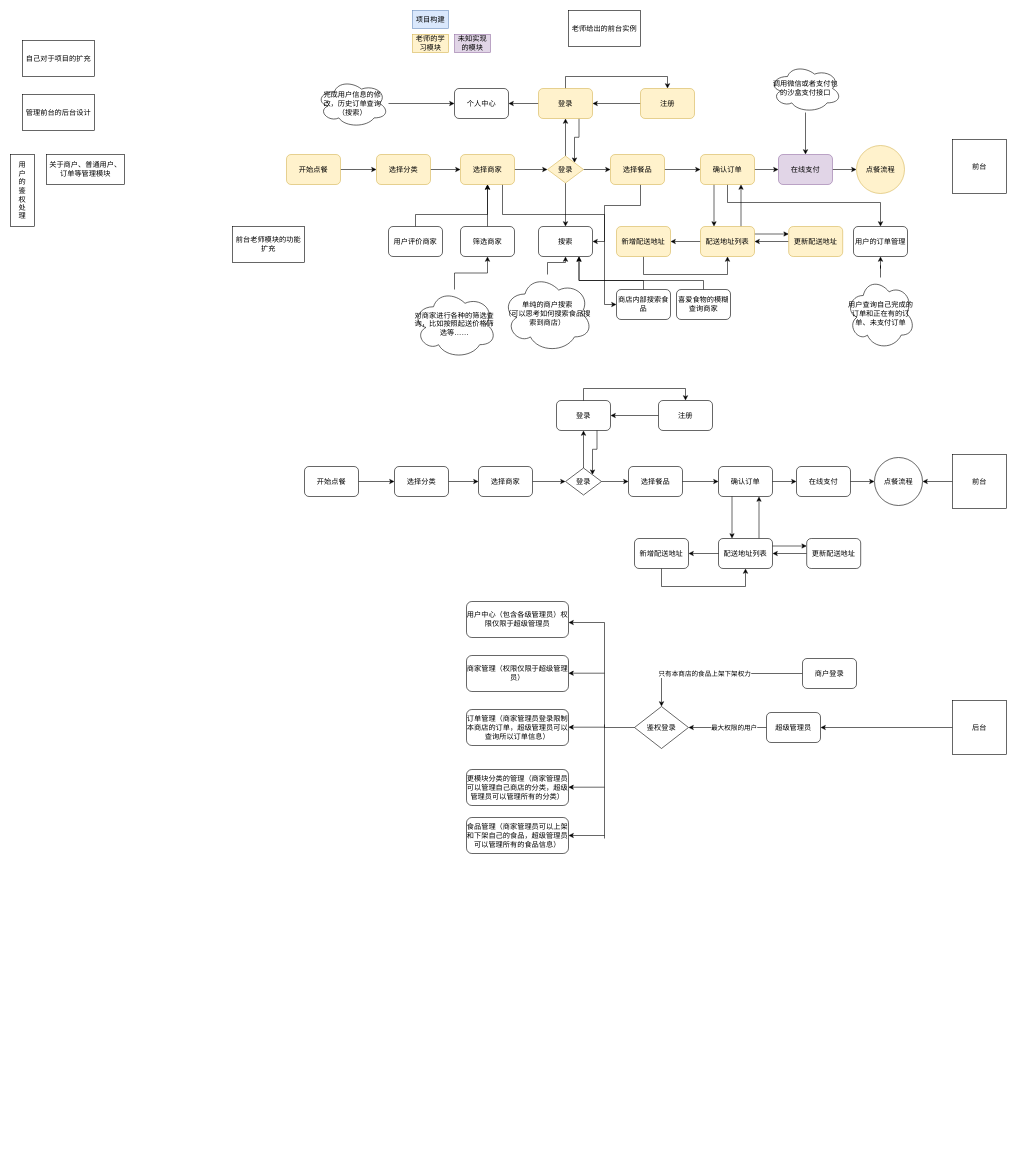
This is demo项目绘图.drawio from zhozhengwei/LinuxTest8, a draw.io file, before an edit. Source tidied: cells renumbered, new cells numbered last; positions are measured from the earlier drawing's top-left corner, leaving out a move shared by most shapes. Both pictures are drawn from the tidied source at 60%, with x=0, y=0 at pixel (10, 10).
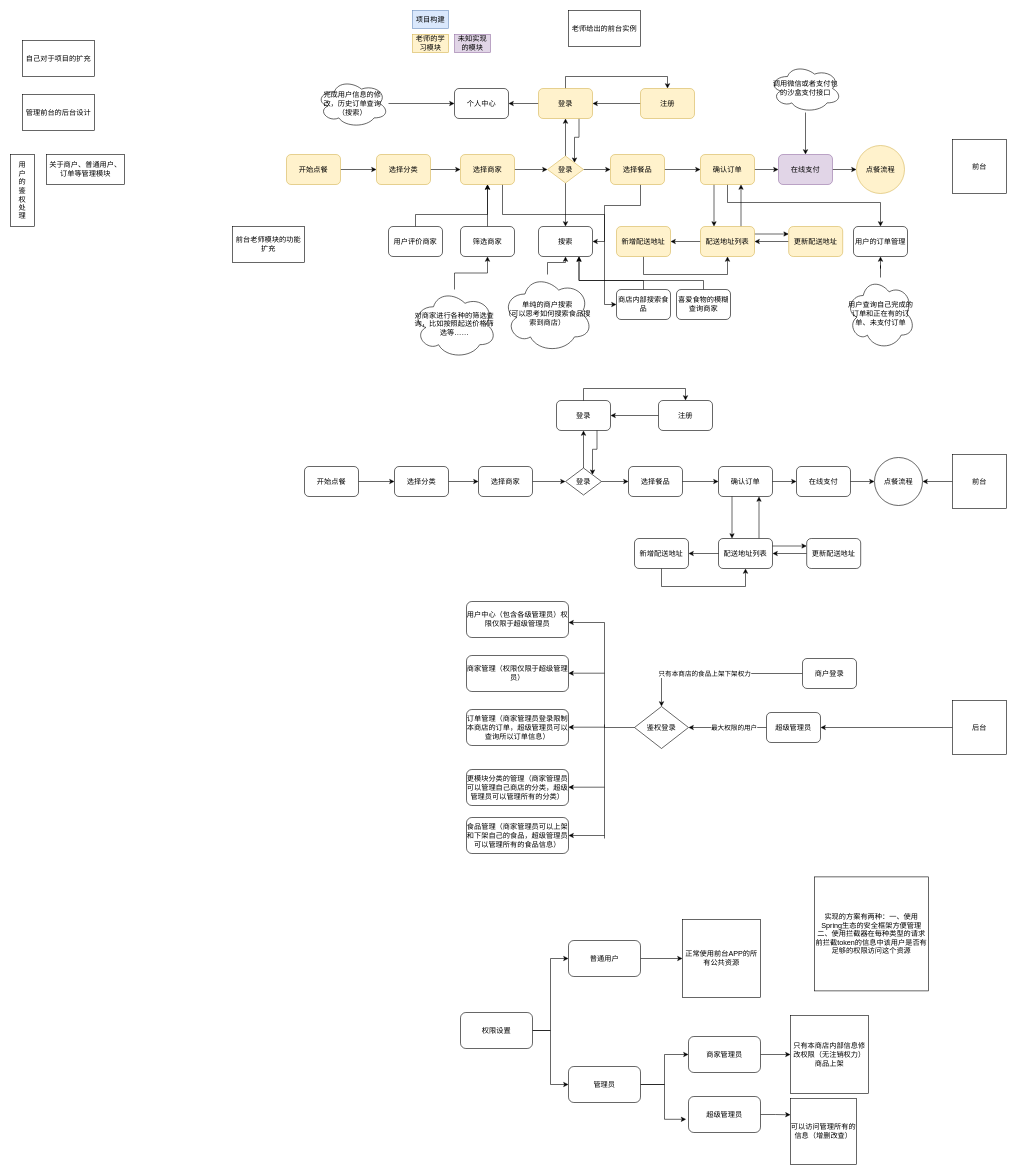
The same diagram, later.

Commit message:
更新demo项目绘图.drawio

Diff of the diagram source:
```diff
@@
+    <mxCell id="122" style="edgeStyle=orthogonalEdgeStyle;rounded=0;jettySize=auto;html=1;entryX=0;entryY=0.5;entryDx=0;entryDy=0;" parent="1" edge="1" source="124" target="126">
+      <mxGeometry relative="1" as="geometry" />
+    </mxCell>
+    <mxCell id="123" style="edgeStyle=orthogonalEdgeStyle;rounded=0;jettySize=auto;html=1;entryX=0;entryY=0.5;entryDx=0;entryDy=0;" parent="1" edge="1" source="124" target="129">
+      <mxGeometry relative="1" as="geometry" />
+    </mxCell>
+    <mxCell id="124" value="权限设置" style="rounded=1;whiteSpace=wrap;html=1;" parent="1" vertex="1">
+      <mxGeometry x="750" y="1670" width="120" height="60" as="geometry" />
+    </mxCell>
+    <mxCell id="125" style="edgeStyle=orthogonalEdgeStyle;rounded=0;jettySize=auto;html=1;entryX=0;entryY=0.5;entryDx=0;entryDy=0;" parent="1" edge="1" source="126" target="134">
+      <mxGeometry relative="1" as="geometry" />
+    </mxCell>
+    <mxCell id="126" value="普通用户" style="rounded=1;whiteSpace=wrap;html=1;" parent="1" vertex="1">
+      <mxGeometry x="930" y="1550" width="120" height="60" as="geometry" />
+    </mxCell>
+    <mxCell id="127" style="edgeStyle=orthogonalEdgeStyle;rounded=0;jettySize=auto;html=1;entryX=0;entryY=0.5;entryDx=0;entryDy=0;" parent="1" edge="1" source="129" target="133">
+      <mxGeometry relative="1" as="geometry" />
+    </mxCell>
+    <mxCell id="128" style="edgeStyle=orthogonalEdgeStyle;rounded=0;jettySize=auto;html=1;entryX=-0.033;entryY=0.633;entryDx=0;entryDy=0;entryPerimeter=0;" parent="1" edge="1" source="129" target="131">
+      <mxGeometry relative="1" as="geometry" />
+    </mxCell>
+    <mxCell id="129" value="管理员" style="rounded=1;whiteSpace=wrap;html=1;" parent="1" vertex="1">
+      <mxGeometry x="930" y="1760" width="120" height="60" as="geometry" />
+    </mxCell>
+    <mxCell id="130" style="edgeStyle=orthogonalEdgeStyle;rounded=0;jettySize=auto;html=1;entryX=0;entryY=0.25;entryDx=0;entryDy=0;" parent="1" edge="1" source="131" target="136">
+      <mxGeometry relative="1" as="geometry" />
+    </mxCell>
+    <mxCell id="131" value="超级管理员" style="rounded=1;whiteSpace=wrap;html=1;" parent="1" vertex="1">
+      <mxGeometry x="1130" y="1810" width="120" height="60" as="geometry" />
+    </mxCell>
+    <mxCell id="132" style="edgeStyle=orthogonalEdgeStyle;rounded=0;jettySize=auto;html=1;" parent="1" edge="1" source="133" target="135">
+      <mxGeometry relative="1" as="geometry" />
+    </mxCell>
+    <mxCell id="133" value="商家管理员" style="rounded=1;whiteSpace=wrap;html=1;" parent="1" vertex="1">
+      <mxGeometry x="1130" y="1710" width="120" height="60" as="geometry" />
+    </mxCell>
+    <mxCell id="134" value="正常使用前台APP的所有公共资源" style="whiteSpace=wrap;html=1;" parent="1" vertex="1">
+      <mxGeometry x="1120" y="1515" width="130" height="130" as="geometry" />
+    </mxCell>
+    <mxCell id="135" value="只有本商店内部信息修改权限（无注销权力）&lt;br&gt;商品上架" style="whiteSpace=wrap;html=1;" parent="1" vertex="1">
+      <mxGeometry x="1300" y="1675" width="130" height="130" as="geometry" />
+    </mxCell>
+    <mxCell id="136" value="可以访问管理所有的信息（增删改查）" style="whiteSpace=wrap;html=1;" parent="1" vertex="1">
+      <mxGeometry x="1300" y="1813" width="110" height="110" as="geometry" />
+    </mxCell>
+    <mxCell id="137" value="实现的方案有两种：一、使用Spring生态的安全框架方便管理&lt;br&gt;二、使用拦截器在每种类型的请求前拦截token的信息中该用户是否有足够的权限访问这个资源" style="whiteSpace=wrap;html=1;" parent="1" vertex="1">
+      <mxGeometry x="1340" y="1444" width="190" height="190" as="geometry" />
+    </mxCell>
```
